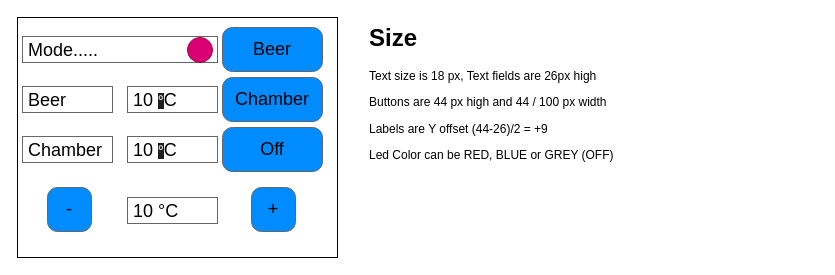
This is TFT_UI.drawio from mp-se/chamber-controller, a draw.io file, before an edit. Source tidied: cells renumbered, new cells numbered last; positions are measured from the earlier drawing's top-left corner, leaving out a move shared by most shapes. Both pictures are drawn from the tidied source at 100%, with x=0, y=0 at pixel (17, 17).
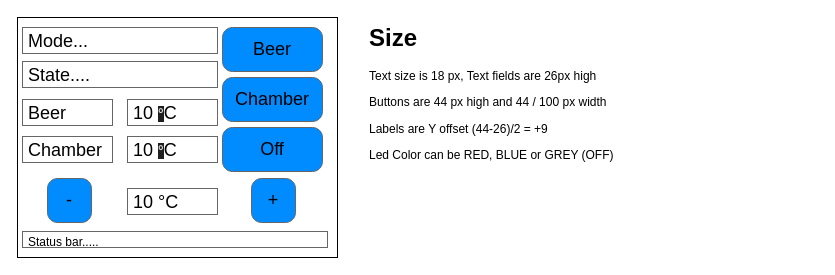
The same page after the edit.

Change to the diagram source:
```diff
@@
 <mxGraphModel>
   <root>
     <mxCell id="0" />
     <mxCell id="1" parent="0" />
     <mxCell id="2" style="rounded=0;whiteSpace=wrap;html=1;" parent="1" vertex="1">
       <mxGeometry width="320" height="240" as="geometry" />
     </mxCell>
     <mxCell id="3" value="Beer" style="strokeWidth=1;shadow=0;dashed=0;align=center;html=1;shape=mxgraph.mockup.buttons.button;strokeColor=#666666;mainText=;buttonStyle=round;fillColor=#008cff;whiteSpace=wrap;fontSize=18;" parent="1" vertex="1">
       <mxGeometry x="205" y="10" width="100" height="44" as="geometry" />
     </mxCell>
-    <mxCell id="4" value="Mode....." style="strokeWidth=1;shadow=0;dashed=0;align=center;html=1;shape=mxgraph.mockup.text.textBox;align=left;spacingLeft=4;spacingTop=-3;whiteSpace=wrap;strokeColor=#666666;mainText=;fontSize=18;verticalAlign=top;" parent="1" vertex="1">
-      <mxGeometry x="5" y="19" width="195" height="26" as="geometry" />
+    <mxCell id="4" value="Mode..." style="strokeWidth=1;shadow=0;dashed=0;align=center;html=1;shape=mxgraph.mockup.text.textBox;align=left;spacingLeft=4;spacingTop=-3;whiteSpace=wrap;strokeColor=#666666;mainText=;fontSize=18;verticalAlign=top;" parent="1" vertex="1">
+      <mxGeometry x="5" y="10" width="195" height="26" as="geometry" />
     </mxCell>
     <mxCell id="5" value="Chamber" style="strokeWidth=1;shadow=0;dashed=0;align=center;html=1;shape=mxgraph.mockup.buttons.button;strokeColor=#666666;mainText=;buttonStyle=round;fillColor=#008cff;whiteSpace=wrap;fontSize=18;" parent="1" vertex="1">
       <mxGeometry x="205" y="60" width="100" height="44" as="geometry" />
     </mxCell>
     <mxCell id="6" value="Off" style="strokeWidth=1;shadow=0;dashed=0;align=center;html=1;shape=mxgraph.mockup.buttons.button;strokeColor=#666666;mainText=;buttonStyle=round;fillColor=#008cff;whiteSpace=wrap;fontSize=18;" parent="1" vertex="1">
       <mxGeometry x="205" y="110" width="100" height="44" as="geometry" />
     </mxCell>
     <mxCell id="7" value="-" style="strokeWidth=1;shadow=0;dashed=0;align=center;html=1;shape=mxgraph.mockup.buttons.button;strokeColor=#666666;mainText=;buttonStyle=round;fillColor=#008cff;whiteSpace=wrap;fontSize=18;" parent="1" vertex="1">
-      <mxGeometry x="30" y="170" width="44" height="44" as="geometry" />
+      <mxGeometry x="30" y="161" width="44" height="44" as="geometry" />
     </mxCell>
     <mxCell id="8" value="+" style="strokeWidth=1;shadow=0;dashed=0;align=center;html=1;shape=mxgraph.mockup.buttons.button;strokeColor=#666666;mainText=;buttonStyle=round;fillColor=#008cff;whiteSpace=wrap;fontSize=18;" parent="1" vertex="1">
-      <mxGeometry x="234" y="170" width="44" height="44" as="geometry" />
+      <mxGeometry x="234" y="161" width="44" height="44" as="geometry" />
     </mxCell>
     <mxCell id="9" value="Beer" style="strokeWidth=1;shadow=0;dashed=0;align=center;html=1;shape=mxgraph.mockup.text.textBox;align=left;spacingLeft=4;spacingTop=-3;whiteSpace=wrap;strokeColor=#666666;mainText=;fontSize=18;verticalAlign=top;" parent="1" vertex="1">
-      <mxGeometry x="5" y="69" width="90" height="26" as="geometry" />
+      <mxGeometry x="5" y="82" width="90" height="26" as="geometry" />
     </mxCell>
     <mxCell id="10" value="Chamber" style="strokeWidth=1;shadow=0;dashed=0;align=center;html=1;shape=mxgraph.mockup.text.textBox;align=left;spacingLeft=4;spacingTop=-3;whiteSpace=wrap;strokeColor=#666666;mainText=;fontSize=18;verticalAlign=top;" parent="1" vertex="1">
       <mxGeometry x="5" y="119" width="90" height="26" as="geometry" />
     </mxCell>
     <mxCell id="11" value="10&amp;nbsp;&lt;span style=&quot;font-weight: bold; color: rgb(218, 220, 224); font-family: Arial, sans-serif; font-size: 14px; background-color: rgb(31, 31, 31);&quot;&gt;°&lt;/span&gt;C" style="strokeWidth=1;shadow=0;dashed=0;align=center;html=1;shape=mxgraph.mockup.text.textBox;align=left;spacingLeft=4;spacingTop=-3;whiteSpace=wrap;strokeColor=#666666;mainText=;fontSize=18;verticalAlign=top;" parent="1" vertex="1">
-      <mxGeometry x="110" y="69" width="90" height="26" as="geometry" />
+      <mxGeometry x="110" y="82" width="90" height="26" as="geometry" />
     </mxCell>
     <mxCell id="12" value="10&amp;nbsp;&lt;span style=&quot;font-weight: bold; color: rgb(218, 220, 224); font-family: Arial, sans-serif; font-size: 14px; background-color: rgb(31, 31, 31);&quot;&gt;°&lt;/span&gt;C" style="strokeWidth=1;shadow=0;dashed=0;align=center;html=1;shape=mxgraph.mockup.text.textBox;align=left;spacingLeft=4;spacingTop=-3;whiteSpace=wrap;strokeColor=#666666;mainText=;fontSize=18;verticalAlign=top;" parent="1" vertex="1">
       <mxGeometry x="110" y="119" width="90" height="26" as="geometry" />
     </mxCell>
     <mxCell id="13" value="10 °C" style="strokeWidth=1;shadow=0;dashed=0;align=left;shape=mxgraph.mockup.text.textBox;align=left;spacingLeft=4;spacingTop=-3;whiteSpace=wrap;strokeColor=#666666;mainText=;fontSize=18;verticalAlign=top;fontStyle=0;" parent="1" vertex="1">
-      <mxGeometry x="110" y="180" width="90" height="26" as="geometry" />
+      <mxGeometry x="110" y="171" width="90" height="26" as="geometry" />
     </mxCell>
-    <mxCell id="14" style="ellipse;whiteSpace=wrap;html=1;fillColor=#d80073;fontColor=#ffffff;strokeColor=#A50040;" parent="1" vertex="1">
-      <mxGeometry x="170" y="20" width="25" height="25" as="geometry" />
-    </mxCell>
     <mxCell id="15" value="&lt;h1 style=&quot;margin-top: 0px;&quot;&gt;Size&lt;/h1&gt;&lt;div&gt;Text size is 18 px, Text fields are 26px high&lt;/div&gt;&lt;p&gt;Buttons are 44 px high and 44 / 100 px width&lt;/p&gt;&lt;p&gt;Labels are Y offset (44-26)/2 = +9&lt;/p&gt;&lt;p&gt;Led Color can be RED, BLUE or GREY (OFF)&lt;/p&gt;" style="text;html=1;whiteSpace=wrap;overflow=hidden;rounded=0;" parent="1" vertex="1">
       <mxGeometry x="350" width="450" height="200" as="geometry" />
     </mxCell>
+    <mxCell id="16" value="State...." style="strokeWidth=1;shadow=0;dashed=0;align=center;html=1;shape=mxgraph.mockup.text.textBox;align=left;spacingLeft=4;spacingTop=-3;whiteSpace=wrap;strokeColor=#666666;mainText=;fontSize=18;verticalAlign=top;" parent="1" vertex="1">
+      <mxGeometry x="5" y="44" width="195" height="26" as="geometry" />
+    </mxCell>
+    <mxCell id="17" value="Status bar....." style="strokeWidth=1;shadow=0;dashed=0;align=center;html=1;shape=mxgraph.mockup.text.textBox;align=left;spacingLeft=4;spacingTop=-3;whiteSpace=wrap;strokeColor=#666666;mainText=;fontSize=12;verticalAlign=top;" parent="1" vertex="1">
+      <mxGeometry x="5" y="214" width="305" height="16" as="geometry" />
+    </mxCell>
   </root>
 </mxGraphModel>
```
